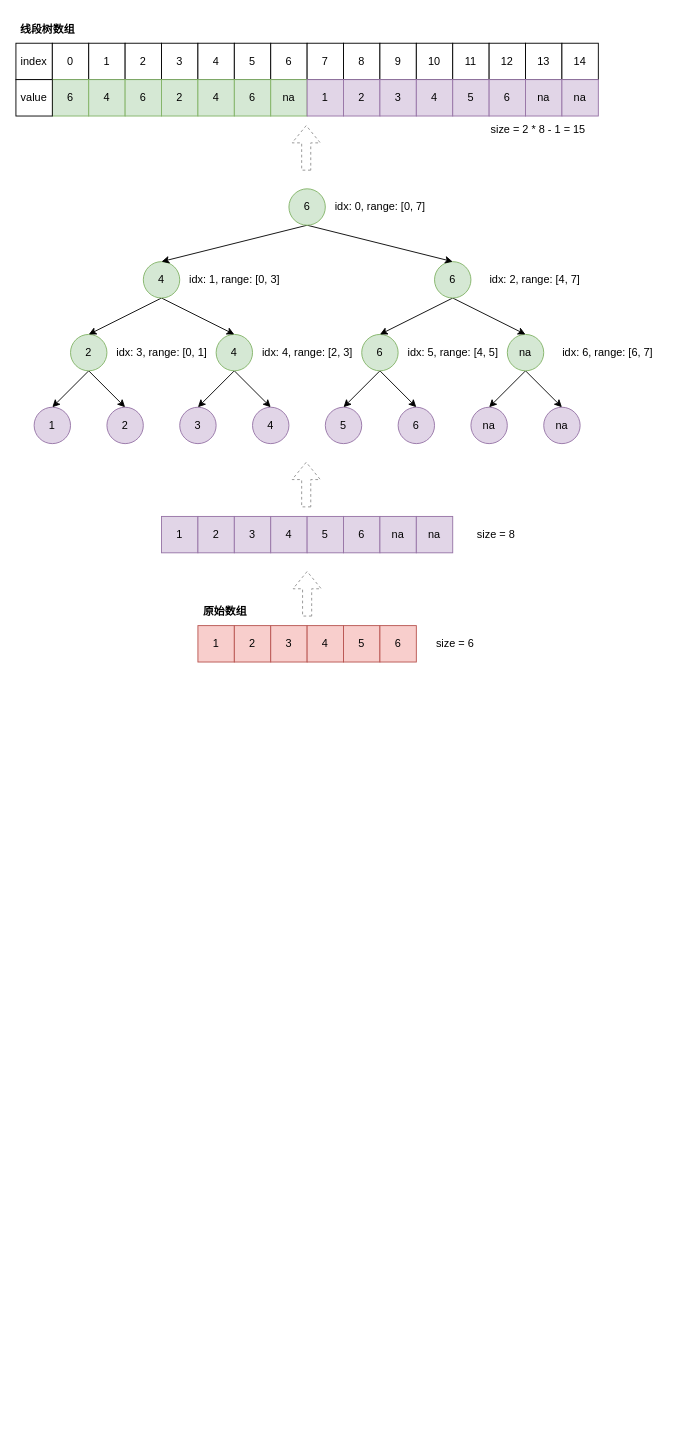
Before: segment_tree.drawio in ZiqingYip/moment, a draw.io diagram. Source tidied: cells renumbered, new cells numbered last; positions are measured from the earlier drawing's top-left corner, leaving out a move shared by most shapes. Both pictures are drawn from the tidied source at 91%, with x=0, y=0 at pixel (15, 15).
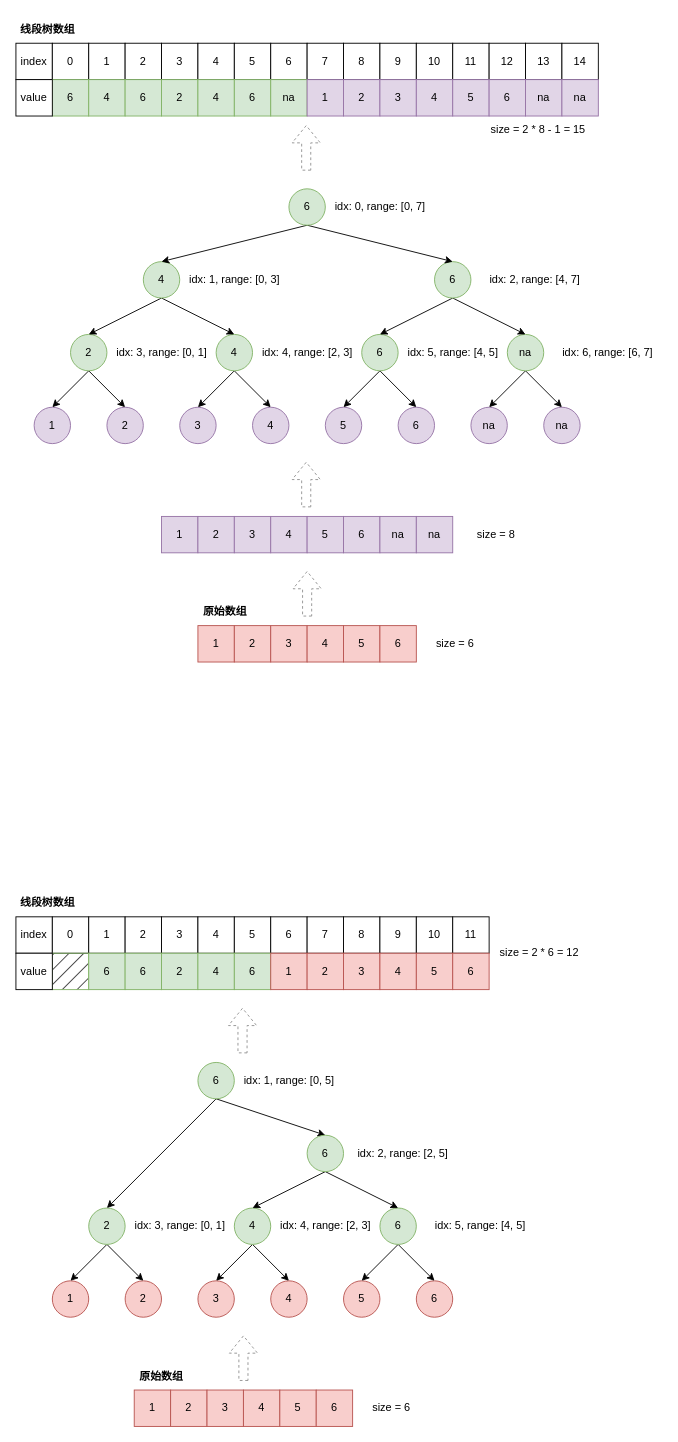
The same page after the edit.

Diff of the diagram source:
```diff
@@
+    <mxCell id="92" value="1" style="rounded=0;whiteSpace=wrap;html=1;fillColor=#f8cecc;strokeColor=#b85450;" parent="1" vertex="1">
+      <mxGeometry x="130" y="1510" width="40" height="40" as="geometry" />
+    </mxCell>
+    <mxCell id="93" value="2" style="rounded=0;whiteSpace=wrap;html=1;fillColor=#f8cecc;strokeColor=#b85450;" parent="1" vertex="1">
+      <mxGeometry x="170" y="1510" width="40" height="40" as="geometry" />
+    </mxCell>
+    <mxCell id="94" value="3" style="rounded=0;whiteSpace=wrap;html=1;fillColor=#f8cecc;strokeColor=#b85450;" parent="1" vertex="1">
+      <mxGeometry x="210" y="1510" width="40" height="40" as="geometry" />
+    </mxCell>
+    <mxCell id="95" value="4" style="rounded=0;whiteSpace=wrap;html=1;fillColor=#f8cecc;strokeColor=#b85450;" parent="1" vertex="1">
+      <mxGeometry x="250" y="1510" width="40" height="40" as="geometry" />
+    </mxCell>
+    <mxCell id="96" value="5" style="rounded=0;whiteSpace=wrap;html=1;fillColor=#f8cecc;strokeColor=#b85450;" parent="1" vertex="1">
+      <mxGeometry x="290" y="1510" width="40" height="40" as="geometry" />
+    </mxCell>
+    <mxCell id="97" value="6" style="rounded=0;whiteSpace=wrap;html=1;fillColor=#f8cecc;strokeColor=#b85450;" parent="1" vertex="1">
+      <mxGeometry x="330" y="1510" width="40" height="40" as="geometry" />
+    </mxCell>
+    <mxCell id="98" value="1" style="ellipse;whiteSpace=wrap;html=1;fillColor=#f8cecc;strokeColor=#b85450;" parent="1" vertex="1">
+      <mxGeometry x="40" y="1390" width="40" height="40" as="geometry" />
+    </mxCell>
+    <mxCell id="99" value="2" style="ellipse;whiteSpace=wrap;html=1;fillColor=#f8cecc;strokeColor=#b85450;" parent="1" vertex="1">
+      <mxGeometry x="120" y="1390" width="40" height="40" as="geometry" />
+    </mxCell>
+    <mxCell id="100" value="3" style="ellipse;whiteSpace=wrap;html=1;fillColor=#f8cecc;strokeColor=#b85450;" parent="1" vertex="1">
+      <mxGeometry x="200" y="1390" width="40" height="40" as="geometry" />
+    </mxCell>
+    <mxCell id="101" value="4" style="ellipse;whiteSpace=wrap;html=1;fillColor=#f8cecc;strokeColor=#b85450;" parent="1" vertex="1">
+      <mxGeometry x="280" y="1390" width="40" height="40" as="geometry" />
+    </mxCell>
+    <mxCell id="102" value="5" style="ellipse;whiteSpace=wrap;html=1;fillColor=#f8cecc;strokeColor=#b85450;" parent="1" vertex="1">
+      <mxGeometry x="360" y="1390" width="40" height="40" as="geometry" />
+    </mxCell>
+    <mxCell id="103" value="6" style="ellipse;whiteSpace=wrap;html=1;fillColor=#f8cecc;strokeColor=#b85450;" parent="1" vertex="1">
+      <mxGeometry x="440" y="1390" width="40" height="40" as="geometry" />
+    </mxCell>
+    <mxCell id="104" style="rounded=0;jettySize=auto;html=1;exitX=0.5;exitY=1;exitDx=0;exitDy=0;entryX=0.5;entryY=0;entryDx=0;entryDy=0;" parent="1" edge="1" source="106" target="98">
+      <mxGeometry relative="1" as="geometry" />
+    </mxCell>
+    <mxCell id="105" style="rounded=0;jettySize=auto;html=1;exitX=0.5;exitY=1;exitDx=0;exitDy=0;entryX=0.5;entryY=0;entryDx=0;entryDy=0;" parent="1" edge="1" source="106" target="99">
+      <mxGeometry relative="1" as="geometry" />
+    </mxCell>
+    <mxCell id="106" value="2" style="ellipse;whiteSpace=wrap;html=1;fillColor=#d5e8d4;strokeColor=#82b366;" parent="1" vertex="1">
+      <mxGeometry x="80" y="1310" width="40" height="40" as="geometry" />
+    </mxCell>
+    <mxCell id="107" style="rounded=0;jettySize=auto;html=1;exitX=0.5;exitY=1;exitDx=0;exitDy=0;entryX=0.5;entryY=0;entryDx=0;entryDy=0;" parent="1" edge="1" source="109" target="100">
+      <mxGeometry relative="1" as="geometry" />
+    </mxCell>
+    <mxCell id="108" style="rounded=0;jettySize=auto;html=1;exitX=0.5;exitY=1;exitDx=0;exitDy=0;entryX=0.5;entryY=0;entryDx=0;entryDy=0;" parent="1" edge="1" source="109" target="101">
+      <mxGeometry relative="1" as="geometry" />
+    </mxCell>
+    <mxCell id="109" value="4" style="ellipse;whiteSpace=wrap;html=1;fillColor=#d5e8d4;strokeColor=#82b366;" parent="1" vertex="1">
+      <mxGeometry x="240" y="1310" width="40" height="40" as="geometry" />
+    </mxCell>
+    <mxCell id="110" style="rounded=0;jettySize=auto;html=1;exitX=0.5;exitY=1;exitDx=0;exitDy=0;entryX=0.5;entryY=0;entryDx=0;entryDy=0;" parent="1" edge="1" source="112" target="102">
+      <mxGeometry relative="1" as="geometry" />
+    </mxCell>
+    <mxCell id="111" style="rounded=0;jettySize=auto;html=1;exitX=0.5;exitY=1;exitDx=0;exitDy=0;entryX=0.5;entryY=0;entryDx=0;entryDy=0;" parent="1" edge="1" source="112" target="103">
+      <mxGeometry relative="1" as="geometry" />
+    </mxCell>
+    <mxCell id="112" value="6" style="ellipse;whiteSpace=wrap;html=1;fillColor=#d5e8d4;strokeColor=#82b366;" parent="1" vertex="1">
+      <mxGeometry x="400" y="1310" width="40" height="40" as="geometry" />
+    </mxCell>
+    <mxCell id="113" style="rounded=0;jettySize=auto;html=1;exitX=0.5;exitY=1;exitDx=0;exitDy=0;entryX=0.5;entryY=0;entryDx=0;entryDy=0;" parent="1" edge="1" source="115" target="106">
+      <mxGeometry relative="1" as="geometry" />
+    </mxCell>
+    <mxCell id="114" style="rounded=0;jettySize=auto;html=1;exitX=0.5;exitY=1;exitDx=0;exitDy=0;entryX=0.5;entryY=0;entryDx=0;entryDy=0;" parent="1" edge="1" source="115" target="152">
+      <mxGeometry relative="1" as="geometry" />
+    </mxCell>
+    <mxCell id="115" value="6" style="ellipse;whiteSpace=wrap;html=1;fillColor=#d5e8d4;strokeColor=#82b366;" parent="1" vertex="1">
+      <mxGeometry x="200" y="1150" width="40" height="40" as="geometry" />
+    </mxCell>
+    <mxCell id="116" value="idx: 1, range: [0, 5]" style="text;html=1;align=center;verticalAlign=middle;strokeColor=none;fillColor=none;" parent="1" vertex="1">
+      <mxGeometry x="240" y="1155" width="120" height="30" as="geometry" />
+    </mxCell>
+    <mxCell id="117" value="idx: 3, range: [0, 1]" style="text;html=1;align=center;verticalAlign=middle;strokeColor=none;fillColor=none;" parent="1" vertex="1">
+      <mxGeometry x="120" y="1315" width="120" height="30" as="geometry" />
+    </mxCell>
+    <mxCell id="118" value="size = 6" style="text;html=1;align=left;verticalAlign=middle;strokeColor=none;fillColor=none;" parent="1" vertex="1">
+      <mxGeometry x="390" y="1515" width="70" height="30" as="geometry" />
+    </mxCell>
+    <mxCell id="119" value="index" style="rounded=0;whiteSpace=wrap;html=1;" parent="1" vertex="1">
+      <mxGeometry y="990" width="40" height="40" as="geometry" />
+    </mxCell>
+    <mxCell id="120" value="0" style="rounded=0;whiteSpace=wrap;html=1;" parent="1" vertex="1">
+      <mxGeometry x="40" y="990" width="40" height="40" as="geometry" />
+    </mxCell>
+    <mxCell id="121" value="1" style="rounded=0;whiteSpace=wrap;html=1;" parent="1" vertex="1">
+      <mxGeometry x="80" y="990" width="40" height="40" as="geometry" />
+    </mxCell>
+    <mxCell id="122" value="2" style="rounded=0;whiteSpace=wrap;html=1;" parent="1" vertex="1">
+      <mxGeometry x="120" y="990" width="40" height="40" as="geometry" />
+    </mxCell>
+    <mxCell id="123" value="3" style="rounded=0;whiteSpace=wrap;html=1;" parent="1" vertex="1">
+      <mxGeometry x="160" y="990" width="40" height="40" as="geometry" />
+    </mxCell>
+    <mxCell id="124" value="4" style="rounded=0;whiteSpace=wrap;html=1;" parent="1" vertex="1">
+      <mxGeometry x="200" y="990" width="40" height="40" as="geometry" />
+    </mxCell>
+    <mxCell id="125" value="5" style="rounded=0;whiteSpace=wrap;html=1;" parent="1" vertex="1">
+      <mxGeometry x="240" y="990" width="40" height="40" as="geometry" />
+    </mxCell>
+    <mxCell id="126" value="6" style="rounded=0;whiteSpace=wrap;html=1;" parent="1" vertex="1">
+      <mxGeometry x="280" y="990" width="40" height="40" as="geometry" />
+    </mxCell>
+    <mxCell id="127" value="7" style="rounded=0;whiteSpace=wrap;html=1;" parent="1" vertex="1">
+      <mxGeometry x="320" y="990" width="40" height="40" as="geometry" />
+    </mxCell>
+    <mxCell id="128" value="8" style="rounded=0;whiteSpace=wrap;html=1;" parent="1" vertex="1">
+      <mxGeometry x="360" y="990" width="40" height="40" as="geometry" />
+    </mxCell>
+    <mxCell id="129" value="9" style="rounded=0;whiteSpace=wrap;html=1;" parent="1" vertex="1">
+      <mxGeometry x="400" y="990" width="40" height="40" as="geometry" />
+    </mxCell>
+    <mxCell id="130" value="10" style="rounded=0;whiteSpace=wrap;html=1;" parent="1" vertex="1">
+      <mxGeometry x="440" y="990" width="40" height="40" as="geometry" />
+    </mxCell>
+    <mxCell id="131" value="11" style="rounded=0;whiteSpace=wrap;html=1;" parent="1" vertex="1">
+      <mxGeometry x="480" y="990" width="40" height="40" as="geometry" />
+    </mxCell>
+    <mxCell id="132" style="rounded=0;whiteSpace=wrap;html=1;fillColor=#000000;strokeColor=#82b366;fillStyle=hatch;" parent="1" vertex="1">
+      <mxGeometry x="40" y="1030" width="40" height="40" as="geometry" />
+    </mxCell>
+    <mxCell id="133" value="6" style="rounded=0;whiteSpace=wrap;html=1;fillColor=#d5e8d4;strokeColor=#82b366;" parent="1" vertex="1">
+      <mxGeometry x="80" y="1030" width="40" height="40" as="geometry" />
+    </mxCell>
+    <mxCell id="134" value="6" style="rounded=0;whiteSpace=wrap;html=1;fillColor=#d5e8d4;strokeColor=#82b366;" parent="1" vertex="1">
+      <mxGeometry x="120" y="1030" width="40" height="40" as="geometry" />
+    </mxCell>
+    <mxCell id="135" value="2" style="rounded=0;whiteSpace=wrap;html=1;fillColor=#d5e8d4;strokeColor=#82b366;" parent="1" vertex="1">
+      <mxGeometry x="160" y="1030" width="40" height="40" as="geometry" />
+    </mxCell>
+    <mxCell id="136" value="4" style="rounded=0;whiteSpace=wrap;html=1;fillColor=#d5e8d4;strokeColor=#82b366;" parent="1" vertex="1">
+      <mxGeometry x="200" y="1030" width="40" height="40" as="geometry" />
+    </mxCell>
+    <mxCell id="137" value="6" style="rounded=0;whiteSpace=wrap;html=1;fillColor=#d5e8d4;strokeColor=#82b366;" parent="1" vertex="1">
+      <mxGeometry x="240" y="1030" width="40" height="40" as="geometry" />
+    </mxCell>
+    <mxCell id="138" value="1" style="rounded=0;whiteSpace=wrap;html=1;fillColor=#f8cecc;strokeColor=#b85450;" parent="1" vertex="1">
+      <mxGeometry x="280" y="1030" width="40" height="40" as="geometry" />
+    </mxCell>
+    <mxCell id="139" value="2" style="rounded=0;whiteSpace=wrap;html=1;fillColor=#f8cecc;strokeColor=#b85450;" parent="1" vertex="1">
+      <mxGeometry x="320" y="1030" width="40" height="40" as="geometry" />
+    </mxCell>
+    <mxCell id="140" value="3" style="rounded=0;whiteSpace=wrap;html=1;fillColor=#f8cecc;strokeColor=#b85450;" parent="1" vertex="1">
+      <mxGeometry x="360" y="1030" width="40" height="40" as="geometry" />
+    </mxCell>
+    <mxCell id="141" value="4" style="rounded=0;whiteSpace=wrap;html=1;fillColor=#f8cecc;strokeColor=#b85450;" parent="1" vertex="1">
+      <mxGeometry x="400" y="1030" width="40" height="40" as="geometry" />
+    </mxCell>
+    <mxCell id="142" value="5" style="rounded=0;whiteSpace=wrap;html=1;fillColor=#f8cecc;strokeColor=#b85450;" parent="1" vertex="1">
+      <mxGeometry x="440" y="1030" width="40" height="40" as="geometry" />
+    </mxCell>
+    <mxCell id="143" value="6" style="rounded=0;whiteSpace=wrap;html=1;fillColor=#f8cecc;strokeColor=#b85450;" parent="1" vertex="1">
+      <mxGeometry x="480" y="1030" width="40" height="40" as="geometry" />
+    </mxCell>
+    <mxCell id="144" value="value" style="rounded=0;whiteSpace=wrap;html=1;" parent="1" vertex="1">
+      <mxGeometry y="1030" width="40" height="40" as="geometry" />
+    </mxCell>
+    <mxCell id="145" style="shape=flexArrow;endArrow=classic;html=1;rounded=0;dashed=1;strokeColor=#919191;" parent="1" edge="1">
+      <mxGeometry relative="1" as="geometry">
+        <mxPoint x="250" y="1500" as="sourcePoint" />
+        <mxPoint x="250" y="1450" as="targetPoint" />
+      </mxGeometry>
+    </mxCell>
+    <mxCell id="146" style="shape=flexArrow;endArrow=classic;html=1;rounded=0;dashed=1;strokeColor=#919191;" parent="1" edge="1">
+      <mxGeometry relative="1" as="geometry">
+        <mxPoint x="249" y="1140" as="sourcePoint" />
+        <mxPoint x="249" y="1090" as="targetPoint" />
+      </mxGeometry>
+    </mxCell>
+    <mxCell id="147" value="原始数组" style="text;html=1;strokeColor=none;fillColor=none;align=center;verticalAlign=middle;whiteSpace=wrap;rounded=0;fontStyle=1;" parent="1" vertex="1">
+      <mxGeometry x="130" y="1480" width="60" height="30" as="geometry" />
+    </mxCell>
+    <mxCell id="148" value="线段树数组" style="text;html=1;strokeColor=none;fillColor=none;align=center;verticalAlign=middle;whiteSpace=wrap;rounded=0;fontStyle=1;" parent="1" vertex="1">
+      <mxGeometry y="960" width="70" height="30" as="geometry" />
+    </mxCell>
+    <mxCell id="149" value="size = 2 * 6 = 12" style="text;html=1;align=left;verticalAlign=middle;strokeColor=none;fillColor=none;" parent="1" vertex="1">
+      <mxGeometry x="530" y="1014" width="110" height="30" as="geometry" />
+    </mxCell>
+    <mxCell id="150" style="rounded=0;jettySize=auto;html=1;exitX=0.5;exitY=1;exitDx=0;exitDy=0;entryX=0.5;entryY=0;entryDx=0;entryDy=0;" parent="1" edge="1" source="152" target="109">
+      <mxGeometry relative="1" as="geometry" />
+    </mxCell>
+    <mxCell id="151" style="rounded=0;jettySize=auto;html=1;exitX=0.5;exitY=1;exitDx=0;exitDy=0;entryX=0.5;entryY=0;entryDx=0;entryDy=0;" parent="1" edge="1" source="152" target="112">
+      <mxGeometry relative="1" as="geometry" />
+    </mxCell>
+    <mxCell id="152" value="6" style="ellipse;whiteSpace=wrap;html=1;fillColor=#d5e8d4;strokeColor=#82b366;" parent="1" vertex="1">
+      <mxGeometry x="320" y="1230" width="40" height="40" as="geometry" />
+    </mxCell>
+    <mxCell id="153" value="idx: 2, range: [2, 5]" style="text;html=1;align=center;verticalAlign=middle;strokeColor=none;fillColor=none;" parent="1" vertex="1">
+      <mxGeometry x="365" y="1235" width="120" height="30" as="geometry" />
+    </mxCell>
+    <mxCell id="154" value="idx: 4, range: [2, 3]" style="text;html=1;align=center;verticalAlign=middle;strokeColor=none;fillColor=none;" parent="1" vertex="1">
+      <mxGeometry x="280" y="1315" width="120" height="30" as="geometry" />
+    </mxCell>
+    <mxCell id="155" value="idx: 5, range: [4, 5]" style="text;html=1;align=center;verticalAlign=middle;strokeColor=none;fillColor=none;" parent="1" vertex="1">
+      <mxGeometry x="450" y="1315" width="120" height="30" as="geometry" />
+    </mxCell>
```
